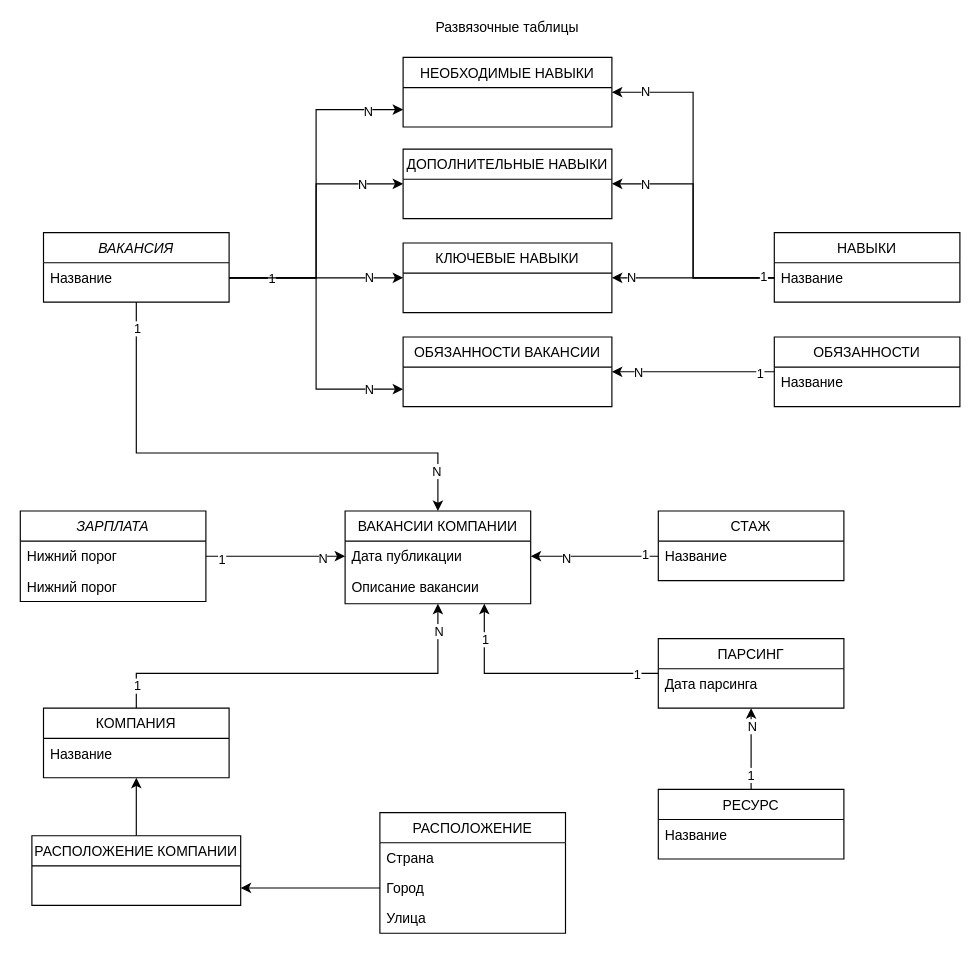
This is doc/Парсинг.drawio from sergeyomel/Competencer_sergeyomel, a draw.io file, before an edit. Source tidied: cells renumbered, new cells numbered last; positions are measured from the earlier drawing's top-left corner, leaving out a move shared by most shapes. Both pictures are drawn from the tidied source at 116%, with x=0, y=0 at pixel (20, 22).
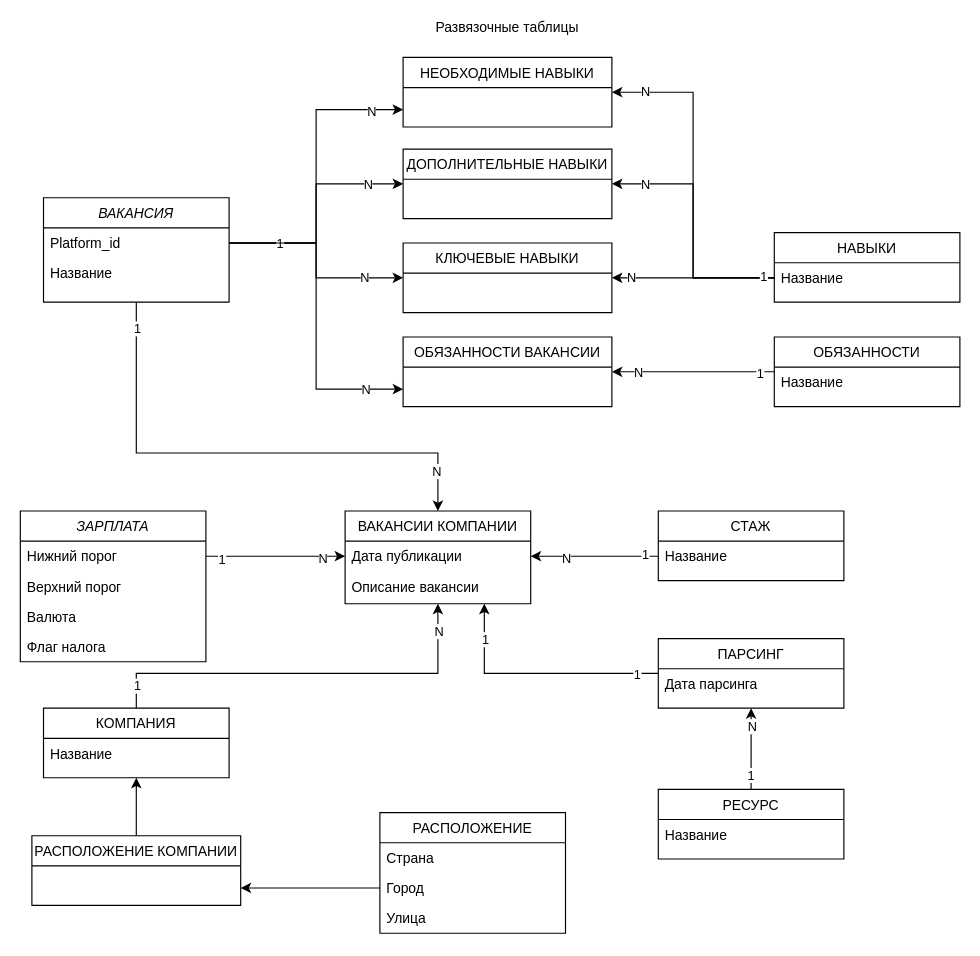
Above is the later version.

What changed in the source:
```diff
@@
     <mxCell id="5" value="ВАКАНСИЯ" style="swimlane;fontStyle=2;align=center;verticalAlign=top;horizontal=1;startSize=26;rounded=0;shadow=0;strokeWidth=1;" parent="1" vertex="1">
-      <mxGeometry x="20" y="181" width="160" height="60" as="geometry" />
+      <mxGeometry x="20" y="151" width="160" height="90" as="geometry" />
     </mxCell>
-    <mxCell id="6" value="Название" style="text;align=left;verticalAlign=top;spacingLeft=4;spacingRight=4;overflow=hidden;points=[[0,0.5],[1,0.5]];portConstraint=eastwest;" parent="5" vertex="1">
+    <mxCell id="6" value="Platform_id" style="text;align=left;verticalAlign=top;spacingLeft=4;spacingRight=4;overflow=hidden;points=[[0,0.5],[1,0.5]];portConstraint=eastwest;" parent="5" vertex="1">
       <mxGeometry y="26" width="160" height="26" as="geometry" />
     </mxCell>
+    <mxCell id="71" value="Название" style="text;align=left;verticalAlign=top;spacingLeft=4;spacingRight=4;overflow=hidden;" parent="5" vertex="1">
+      <mxGeometry y="52" width="160" height="26" as="geometry" />
+    </mxCell>
@@
     <mxCell id="39" value="ЗАРПЛАТА" style="swimlane;fontStyle=2;align=center;verticalAlign=top;horizontal=1;startSize=26;rounded=0;shadow=0;strokeWidth=1;" parent="1" vertex="1">
-      <mxGeometry y="421" width="160" height="78" as="geometry" />
+      <mxGeometry y="421" width="160" height="130" as="geometry" />
     </mxCell>
@@
-    <mxCell id="41" value="Нижний порог" style="text;align=left;verticalAlign=top;spacingLeft=4;spacingRight=4;overflow=hidden;" parent="39" vertex="1">
+    <mxCell id="41" value="Верхний порог" style="text;align=left;verticalAlign=top;spacingLeft=4;spacingRight=4;overflow=hidden;" parent="39" vertex="1">
       <mxGeometry y="52" width="160" height="26" as="geometry" />
     </mxCell>
+    <mxCell id="72" value="Валюта" style="text;align=left;verticalAlign=top;spacingLeft=4;spacingRight=4;overflow=hidden;" parent="39" vertex="1">
+      <mxGeometry y="78" width="160" height="26" as="geometry" />
+    </mxCell>
+    <mxCell id="73" value="Флаг налога" style="text;align=left;verticalAlign=top;spacingLeft=4;spacingRight=4;overflow=hidden;" parent="39" vertex="1">
+      <mxGeometry y="104" width="160" height="26" as="geometry" />
+    </mxCell>
```
